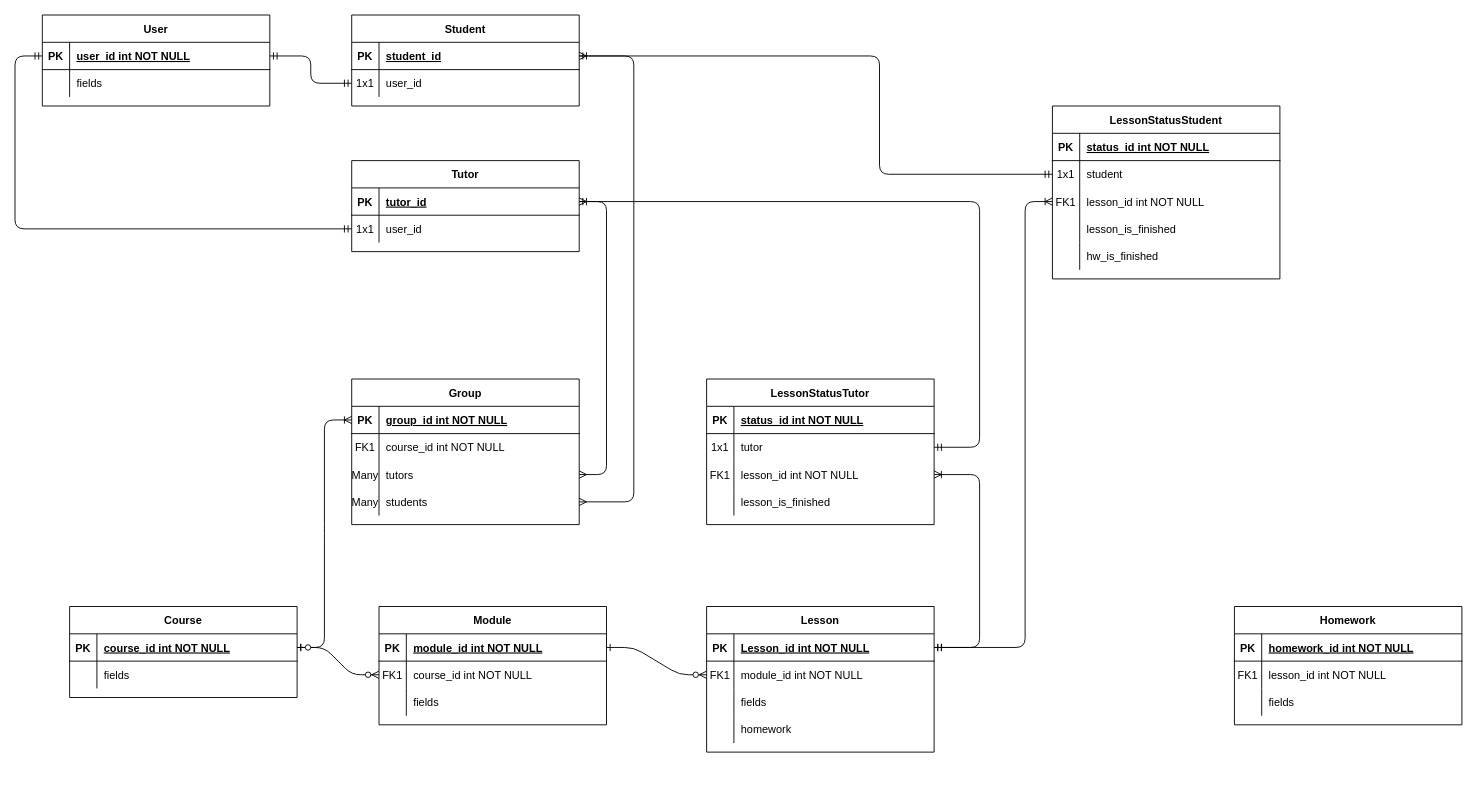
Before: Untitled Diagram.drawio in ouriso/ouriso, a draw.io diagram. Source tidied: cells renumbered, new cells numbered last; positions are measured from the earlier drawing's top-left corner, leaving out a move shared by most shapes. Both pictures are drawn from the tidied source at 91%, with x=0, y=0 at pixel (15, 15).
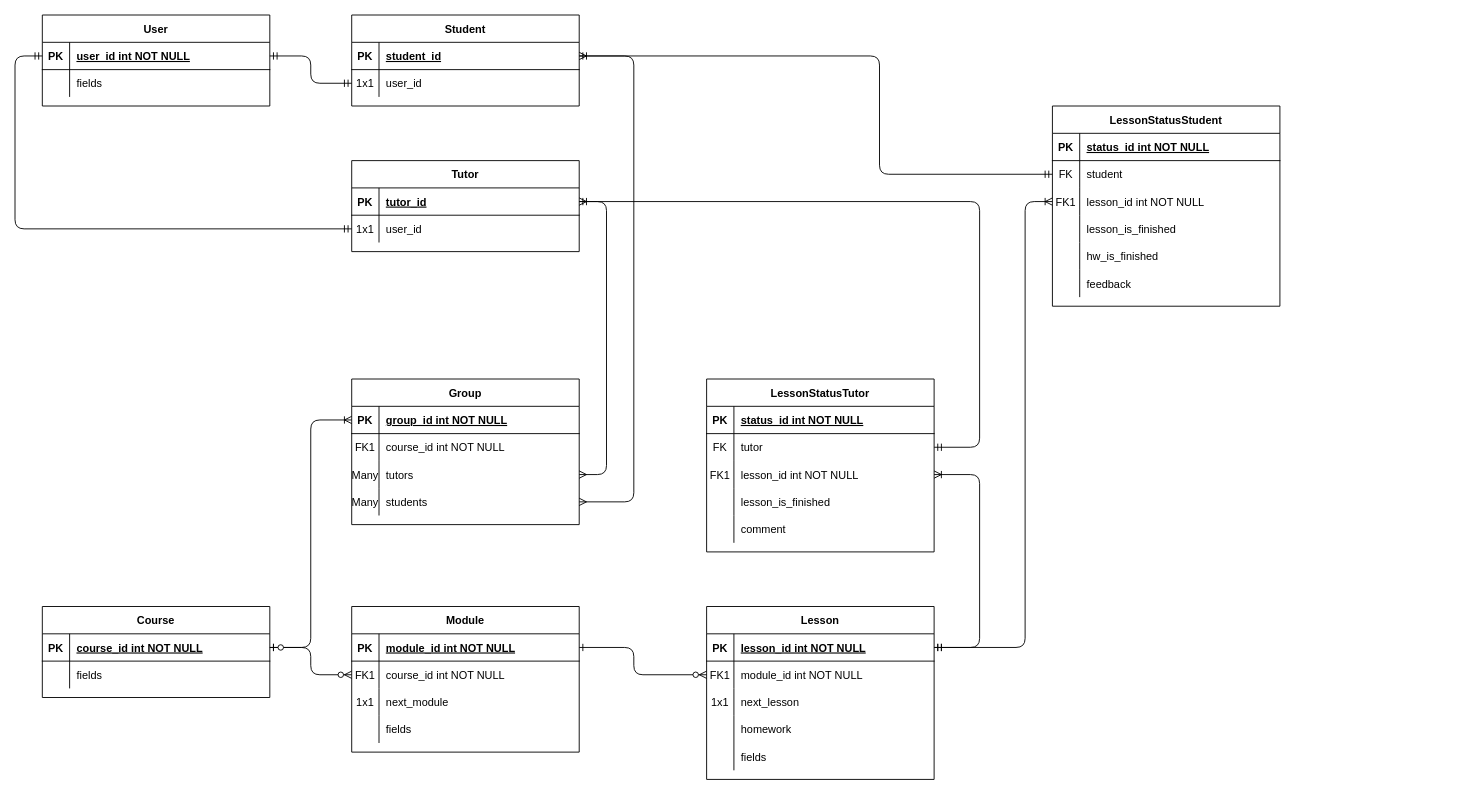
The same diagram, later.

The change refers to these unchanged cells:
```xml
<mxCell id="5" style="shape=partialRectangle;fillColor=none;points=[[0,0.5],[1,0.5]];portConstraint=eastwest;top=0;left=0;right=0;bottom=1;" parent="4" vertex="1">
  <mxGeometry y="30" width="250" height="30" as="geometry" />
</mxCell>
<mxCell id="8" style="shape=partialRectangle;fillColor=none;points=[[0,0.5],[1,0.5]];portConstraint=eastwest;top=0;left=0;right=0;bottom=0;" parent="4" vertex="1">
  <mxGeometry y="60" width="250" height="30" as="geometry" />
</mxCell>
<mxCell id="15" style="shape=partialRectangle;fillColor=none;points=[[0,0.5],[1,0.5]];portConstraint=eastwest;top=0;left=0;right=0;bottom=1;" parent="14" vertex="1">
  <mxGeometry y="30" width="250" height="30" as="geometry" />
</mxCell>
<mxCell id="18" style="shape=partialRectangle;fillColor=none;points=[[0,0.5],[1,0.5]];portConstraint=eastwest;top=0;left=0;right=0;bottom=0;" parent="14" vertex="1">
  <mxGeometry y="60" width="250" height="30" as="geometry" />
</mxCell>
<mxCell id="28" style="shape=partialRectangle;fillColor=none;points=[[0,0.5],[1,0.5]];portConstraint=eastwest;top=0;left=0;right=0;bottom=1;" parent="27" vertex="1">
  <mxGeometry y="30" width="250" height="30" as="geometry" />
</mxCell>
<mxCell id="58" style="shape=partialRectangle;fillColor=none;points=[[0,0.5],[1,0.5]];portConstraint=eastwest;top=0;left=0;right=0;bottom=1;" parent="57" vertex="1">
  <mxGeometry y="30" width="250" height="30" as="geometry" />
</mxCell>
<mxCell id="87" style="shape=partialRectangle;fillColor=none;points=[[0,0.5],[1,0.5]];portConstraint=eastwest;top=0;left=0;right=0;bottom=0;" parent="83" vertex="1">
  <mxGeometry y="60" width="250" height="30" as="geometry" />
</mxCell>
<mxCell id="100" style="shape=partialRectangle;fillColor=none;points=[[0,0.5],[1,0.5]];portConstraint=eastwest;top=0;left=0;right=0;bottom=0;" parent="96" vertex="1">
  <mxGeometry y="60" width="250" height="30" as="geometry" />
</mxCell>
```

Diff of the diagram source:
```diff
@@
-    <mxCell id="2" style="edgeStyle=entityRelationEdgeStyle;endArrow=ERzeroToMany;startArrow=ERone;endFill=1;startFill=0;" parent="1" edge="1" source="28" target="8">
+    <mxCell id="2" style="edgeStyle=orthogonalEdgeStyle;endArrow=ERzeroToMany;startArrow=ERone;endFill=1;startFill=0;" parent="1" edge="1" source="28" target="8">
       <mxGeometry relative="1" as="geometry" />
     </mxCell>
-    <mxCell id="3" style="edgeStyle=entityRelationEdgeStyle;endArrow=ERzeroToMany;startArrow=ERone;endFill=1;startFill=0;" parent="1" edge="1" source="5" target="18">
-      <mxGeometry relative="1" as="geometry" />
+    <mxCell id="3" style="edgeStyle=orthogonalEdgeStyle;endArrow=ERzeroToMany;startArrow=ERone;endFill=1;startFill=0;" parent="1" edge="1" source="5" target="18">
+      <mxGeometry relative="1" as="geometry">
+        <Array as="points">
+          <mxPoint x="680" y="695" />
+          <mxPoint x="680" y="725" />
+        </Array>
+      </mxGeometry>
     </mxCell>
     <mxCell id="4" value="Module" style="shape=table;startSize=30;childLayout=tableLayout;rowLines=0;fontStyle=1;align=center;" parent="1" vertex="1">
-      <mxGeometry x="400" y="650" width="250" height="130" as="geometry" />
+      <mxGeometry x="370" y="650" width="250" height="160" as="geometry" />
     </mxCell>
@@
+    <mxCell id="116" style="shape=partialRectangle;fillColor=none;top=0;left=0;right=0;bottom=0;" parent="4" vertex="1">
+      <mxGeometry y="90" width="250" height="30" as="geometry" />
+    </mxCell>
+    <mxCell id="117" value="1x1" style="shape=partialRectangle;overflow=hidden;fillColor=none;top=0;left=0;bottom=0;right=0;" parent="116" vertex="1">
+      <mxGeometry width="30" height="30" as="geometry" />
+    </mxCell>
+    <mxCell id="118" value="next_module" style="shape=partialRectangle;overflow=hidden;fillColor=none;top=0;left=0;bottom=0;right=0;align=left;spacingLeft=6;" parent="116" vertex="1">
+      <mxGeometry x="30" width="220" height="30" as="geometry" />
+    </mxCell>
     <mxCell id="11" style="shape=partialRectangle;fillColor=none;top=0;left=0;right=0;bottom=0;" parent="4" vertex="1">
-      <mxGeometry y="90" width="250" height="30" as="geometry" />
+      <mxGeometry y="120" width="250" height="30" as="geometry" />
     </mxCell>
@@
     <mxCell id="14" value="Lesson" style="shape=table;startSize=30;childLayout=tableLayout;rowLines=0;fontStyle=1;align=center;" parent="1" vertex="1">
-      <mxGeometry x="760" y="650" width="250" height="160" as="geometry" />
+      <mxGeometry x="760" y="650" width="250" height="190" as="geometry" />
     </mxCell>
@@
-    <mxCell id="17" value="Lesson_id int NOT NULL " style="shape=partialRectangle;overflow=hidden;fillColor=none;top=0;left=0;bottom=0;right=0;align=left;spacingLeft=6;fontStyle=5;" parent="15" vertex="1">
+    <mxCell id="17" value="lesson_id int NOT NULL " style="shape=partialRectangle;overflow=hidden;fillColor=none;top=0;left=0;bottom=0;right=0;align=left;spacingLeft=6;fontStyle=5;" parent="15" vertex="1">
       <mxGeometry x="30" width="220" height="30" as="geometry" />
     </mxCell>
@@
+    <mxCell id="119" style="shape=partialRectangle;fillColor=none;top=0;left=0;right=0;bottom=0;" parent="14" vertex="1">
+      <mxGeometry y="90" width="250" height="30" as="geometry" />
+    </mxCell>
+    <mxCell id="120" value="1x1" style="shape=partialRectangle;overflow=hidden;fillColor=none;top=0;left=0;bottom=0;right=0;" parent="119" vertex="1">
+      <mxGeometry width="30" height="30" as="geometry" />
+    </mxCell>
+    <mxCell id="121" value="next_lesson" style="shape=partialRectangle;overflow=hidden;fillColor=none;top=0;left=0;bottom=0;right=0;align=left;spacingLeft=6;" parent="119" vertex="1">
+      <mxGeometry x="30" width="220" height="30" as="geometry" />
+    </mxCell>
+    <mxCell id="24" style="shape=partialRectangle;fillColor=none;top=0;left=0;right=0;bottom=0;" parent="14" vertex="1">
+      <mxGeometry y="120" width="250" height="30" as="geometry" />
+    </mxCell>
+    <mxCell id="25" style="shape=partialRectangle;overflow=hidden;fillColor=none;top=0;left=0;bottom=0;right=0;" parent="24" vertex="1">
+      <mxGeometry width="30" height="30" as="geometry" />
+    </mxCell>
+    <mxCell id="26" value="homework" style="shape=partialRectangle;overflow=hidden;fillColor=none;top=0;left=0;bottom=0;right=0;align=left;spacingLeft=6;" parent="24" vertex="1">
+      <mxGeometry x="30" width="220" height="30" as="geometry" />
+    </mxCell>
     <mxCell id="21" style="shape=partialRectangle;fillColor=none;top=0;left=0;right=0;bottom=0;" parent="14" vertex="1">
-      <mxGeometry y="90" width="250" height="30" as="geometry" />
+      <mxGeometry y="150" width="250" height="30" as="geometry" />
     </mxCell>
@@
-    <mxCell id="24" style="shape=partialRectangle;fillColor=none;top=0;left=0;right=0;bottom=0;" parent="14" vertex="1">
-      <mxGeometry y="120" width="250" height="30" as="geometry" />
-    </mxCell>
-    <mxCell id="25" style="shape=partialRectangle;overflow=hidden;fillColor=none;top=0;left=0;bottom=0;right=0;" parent="24" vertex="1">
-      <mxGeometry width="30" height="30" as="geometry" />
-    </mxCell>
-    <mxCell id="26" value="homework" style="shape=partialRectangle;overflow=hidden;fillColor=none;top=0;left=0;bottom=0;right=0;align=left;spacingLeft=6;" parent="24" vertex="1">
-      <mxGeometry x="30" width="220" height="30" as="geometry" />
-    </mxCell>
     <mxCell id="27" value="Course" style="shape=table;startSize=30;childLayout=tableLayout;rowLines=0;fontStyle=1;align=center;" parent="1" vertex="1">
-      <mxGeometry x="60" y="650" width="250" height="100" as="geometry" />
+      <mxGeometry x="30" y="650" width="250" height="100" as="geometry" />
     </mxCell>
@@
-    <mxCell id="70" style="edgeStyle=entityRelationEdgeStyle;fontSize=12;html=1;endArrow=ERoneToMany;startArrow=ERzeroToOne;entryX=0;entryY=0.5;entryDx=0;entryDy=0;exitX=1;exitY=0.5;exitDx=0;exitDy=0;" parent="1" edge="1" source="28" target="58">
+    <mxCell id="70" style="edgeStyle=orthogonalEdgeStyle;fontSize=12;html=1;endArrow=ERoneToMany;startArrow=ERzeroToOne;entryX=0;entryY=0.5;entryDx=0;entryDy=0;exitX=1;exitY=0.5;exitDx=0;exitDy=0;" parent="1" edge="1" source="28" target="58">
       <mxGeometry relative="1" as="geometry" />
     </mxCell>
@@
-    <mxCell id="73" value="Homework" style="shape=table;startSize=30;childLayout=tableLayout;rowLines=0;fontStyle=1;align=center;" parent="1" vertex="1">
-      <mxGeometry x="1340" y="650" width="250" height="130" as="geometry" />
-    </mxCell>
-    <mxCell id="74" style="shape=partialRectangle;fillColor=none;top=0;left=0;right=0;bottom=1;" parent="73" vertex="1">
-      <mxGeometry y="30" width="250" height="30" as="geometry" />
-    </mxCell>
-    <mxCell id="75" value="PK" style="shape=partialRectangle;overflow=hidden;fillColor=none;top=0;left=0;bottom=0;right=0;fontStyle=1;" parent="74" vertex="1">
-      <mxGeometry width="30" height="30" as="geometry" />
-    </mxCell>
-    <mxCell id="76" value="homework_id int NOT NULL " style="shape=partialRectangle;overflow=hidden;fillColor=none;top=0;left=0;bottom=0;right=0;align=left;spacingLeft=6;fontStyle=5;" parent="74" vertex="1">
-      <mxGeometry x="30" width="220" height="30" as="geometry" />
-    </mxCell>
-    <mxCell id="77" style="shape=partialRectangle;fillColor=none;top=0;left=0;right=0;bottom=0;" parent="73" vertex="1">
-      <mxGeometry y="60" width="250" height="30" as="geometry" />
-    </mxCell>
-    <mxCell id="78" value="FK1" style="shape=partialRectangle;overflow=hidden;fillColor=none;top=0;left=0;bottom=0;right=0;" parent="77" vertex="1">
-      <mxGeometry width="30" height="30" as="geometry" />
-    </mxCell>
-    <mxCell id="79" value="lesson_id int NOT NULL" style="shape=partialRectangle;overflow=hidden;fillColor=none;top=0;left=0;bottom=0;right=0;align=left;spacingLeft=6;" parent="77" vertex="1">
-      <mxGeometry x="30" width="220" height="30" as="geometry" />
-    </mxCell>
-    <mxCell id="80" style="shape=partialRectangle;fillColor=none;top=0;left=0;right=0;bottom=0;" parent="73" vertex="1">
-      <mxGeometry y="90" width="250" height="30" as="geometry" />
-    </mxCell>
-    <mxCell id="81" style="shape=partialRectangle;overflow=hidden;fillColor=none;top=0;left=0;bottom=0;right=0;" parent="80" vertex="1">
-      <mxGeometry width="30" height="30" as="geometry" />
-    </mxCell>
-    <mxCell id="82" value="fields" style="shape=partialRectangle;overflow=hidden;fillColor=none;top=0;left=0;bottom=0;right=0;align=left;spacingLeft=6;" parent="80" vertex="1">
-      <mxGeometry x="30" width="220" height="30" as="geometry" />
-    </mxCell>
     <mxCell id="83" value="LessonStatusTutor" style="shape=table;startSize=30;childLayout=tableLayout;rowLines=0;fontStyle=1;align=center;" parent="1" vertex="1">
-      <mxGeometry x="760" y="400" width="250" height="160" as="geometry" />
+      <mxGeometry x="760" y="400" width="250" height="190" as="geometry" />
     </mxCell>
@@
-    <mxCell id="88" value="1x1" style="shape=partialRectangle;overflow=hidden;fillColor=none;top=0;left=0;bottom=0;right=0;" parent="87" vertex="1">
+    <mxCell id="88" value="FK" style="shape=partialRectangle;overflow=hidden;fillColor=none;top=0;left=0;bottom=0;right=0;" parent="87" vertex="1">
       <mxGeometry width="30" height="30" as="geometry" />
     </mxCell>
@@
+    <mxCell id="122" style="shape=partialRectangle;fillColor=none;top=0;left=0;right=0;bottom=0;" parent="83" vertex="1">
+      <mxGeometry y="150" width="250" height="30" as="geometry" />
+    </mxCell>
+    <mxCell id="123" style="shape=partialRectangle;overflow=hidden;fillColor=none;top=0;left=0;bottom=0;right=0;" parent="122" vertex="1">
+      <mxGeometry width="30" height="30" as="geometry" />
+    </mxCell>
+    <mxCell id="124" value="comment" style="shape=partialRectangle;overflow=hidden;fillColor=none;top=0;left=0;bottom=0;right=0;align=left;spacingLeft=6;" parent="122" vertex="1">
+      <mxGeometry x="30" width="220" height="30" as="geometry" />
+    </mxCell>
     <mxCell id="96" value="LessonStatusStudent" style="shape=table;startSize=30;childLayout=tableLayout;rowLines=0;fontStyle=1;align=center;" parent="1" vertex="1">
-      <mxGeometry x="1140" y="100" width="250" height="190" as="geometry" />
+      <mxGeometry x="1140" y="100" width="250" height="220" as="geometry" />
     </mxCell>
@@
-    <mxCell id="101" value="1x1" style="shape=partialRectangle;overflow=hidden;fillColor=none;top=0;left=0;bottom=0;right=0;" parent="100" vertex="1">
+    <mxCell id="101" value="FK" style="shape=partialRectangle;overflow=hidden;fillColor=none;top=0;left=0;bottom=0;right=0;" parent="100" vertex="1">
       <mxGeometry width="30" height="30" as="geometry" />
     </mxCell>
@@
+    <mxCell id="125" style="shape=partialRectangle;fillColor=none;top=0;left=0;right=0;bottom=0;" parent="96" vertex="1">
+      <mxGeometry y="180" width="250" height="30" as="geometry" />
+    </mxCell>
+    <mxCell id="126" style="shape=partialRectangle;overflow=hidden;fillColor=none;top=0;left=0;bottom=0;right=0;" parent="125" vertex="1">
+      <mxGeometry width="30" height="30" as="geometry" />
+    </mxCell>
+    <mxCell id="127" value="feedback" style="shape=partialRectangle;overflow=hidden;fillColor=none;top=0;left=0;bottom=0;right=0;align=left;spacingLeft=6;" parent="125" vertex="1">
+      <mxGeometry x="30" width="220" height="30" as="geometry" />
+    </mxCell>
```
